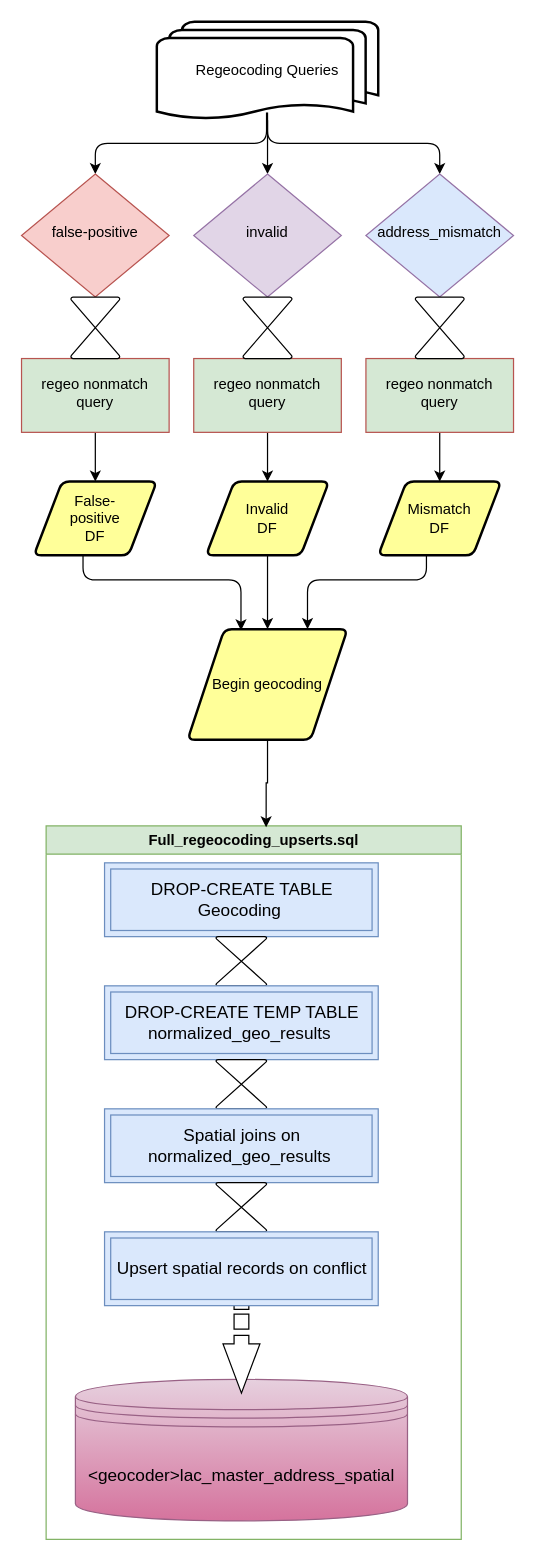
The draw.io diagram regeocoding_pipeline.drawio in Primordial-Haggis/LA_county_vax_etl_workflow, before the edit. Source tidied: cells renumbered, new cells numbered last; positions are measured from the earlier drawing's top-left corner, leaving out a move shared by most shapes. Both pictures are drawn from the tidied source at 123%, with x=0, y=0 at pixel (21, 21).
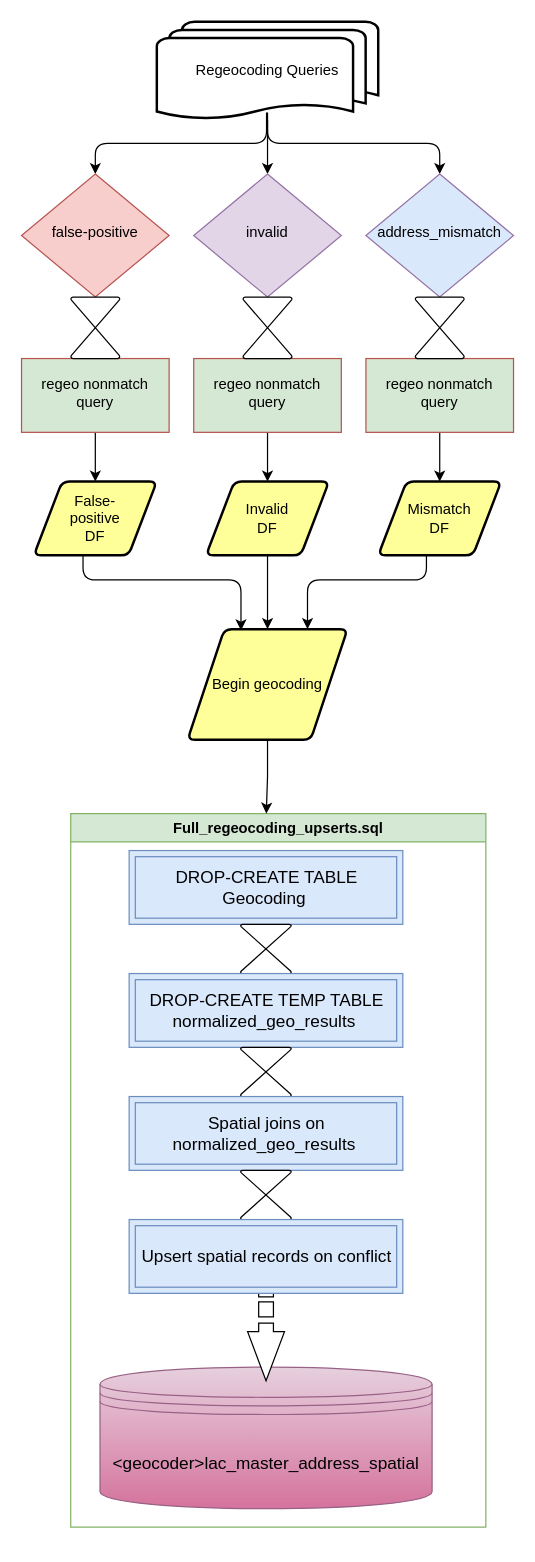
The same diagram, later.

The change refers to these unchanged cells:
```xml
<mxCell id="37" value="Begin geocoding" style="shape=parallelogram;html=1;strokeWidth=2;perimeter=parallelogramPerimeter;whiteSpace=wrap;rounded=1;arcSize=12;size=0.23;fillColor=#FFFF99;" parent="1" vertex="1">
  <mxGeometry x="135" y="494" width="130" height="90" as="geometry" />
</mxCell>
```

Diff of the diagram source:
```diff
@@
     <mxCell id="2" value="Full_regeocoding_upserts.sql" style="horizontal=1;whiteSpace=wrap;html=1;fontSize=12;glass=0;strokeWidth=1;shadow=0;fillColor=#d5e8d4;strokeColor=#82b366;swimlane;startSize=23;" parent="1" vertex="1">
-      <mxGeometry x="20" y="654" width="337.5" height="580" as="geometry" />
+      <mxGeometry x="40" y="644" width="337.5" height="580" as="geometry" />
     </mxCell>
@@
-    <mxCell id="36" style="edgeStyle=orthogonalEdgeStyle;rounded=0;jettySize=auto;html=1;entryX=0.53;entryY=0.002;entryDx=0;entryDy=0;entryPerimeter=0;" parent="1" edge="1" source="37" target="2">
-      <mxGeometry relative="1" as="geometry" />
-    </mxCell>
+    <mxCell id="38" style="edgeStyle=orthogonalEdgeStyle;rounded=0;jettySize=auto;html=1;" parent="1" edge="1" source="37">
+      <mxGeometry relative="1" as="geometry">
+        <mxPoint x="199" y="644" as="targetPoint" />
+      </mxGeometry>
+    </mxCell>
```
